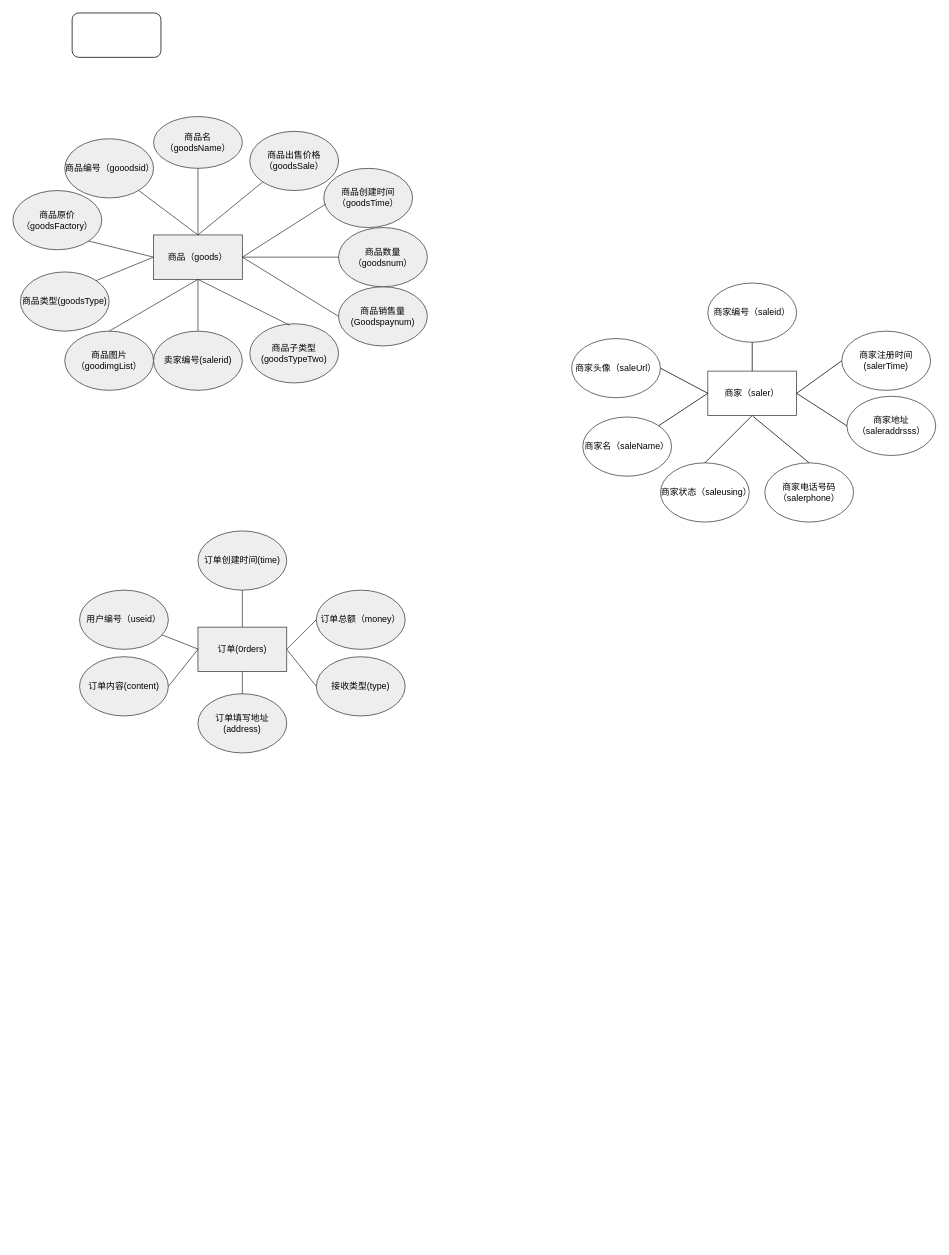
Before: workspace/test.drawio in zyjsun/mystudy, a draw.io diagram. Source tidied: cells renumbered, new cells numbered last; positions are measured from the earlier drawing's top-left corner, leaving out a move shared by most shapes. Both pictures are drawn from the tidied source at 74%, with x=0, y=0 at pixel (13, 13).
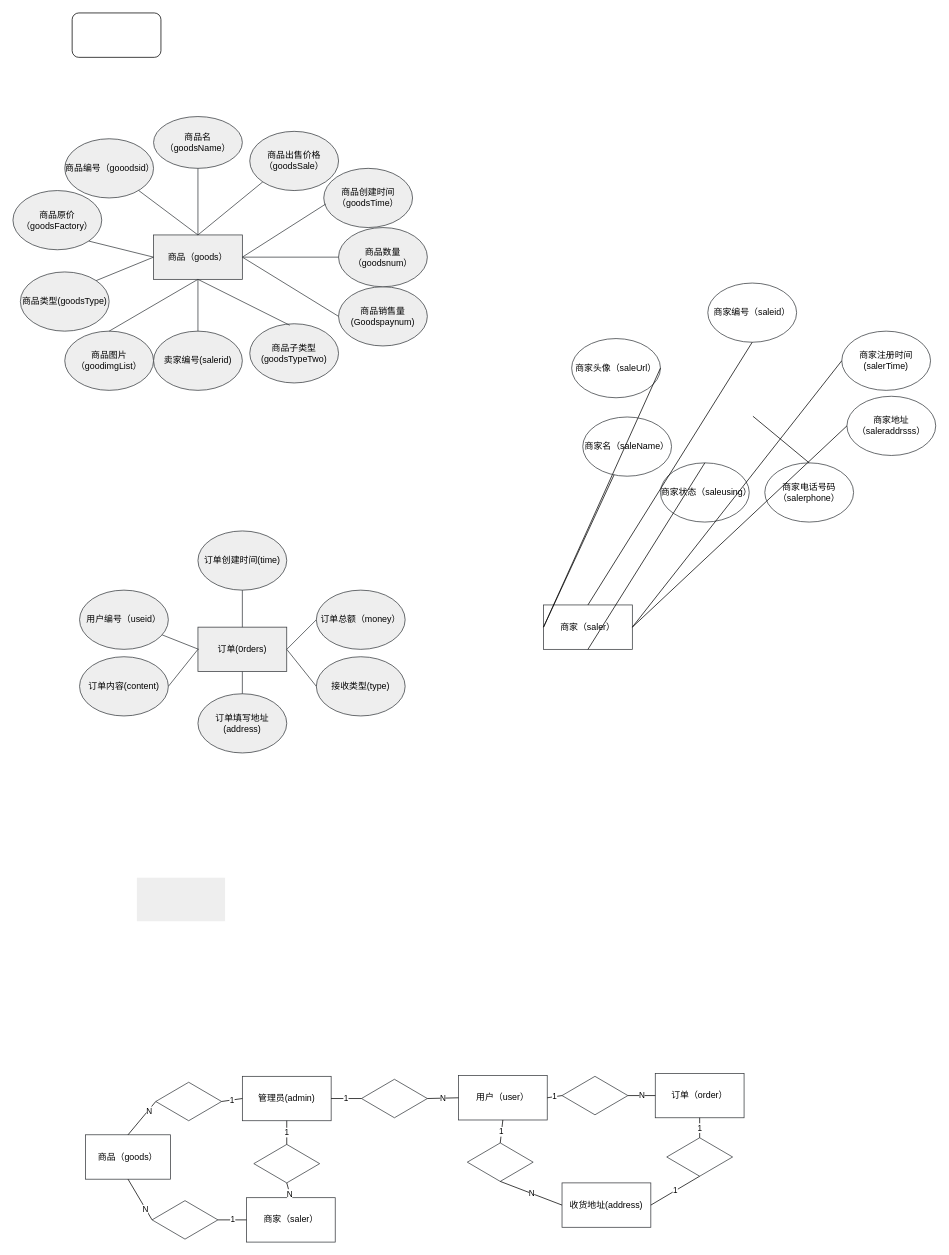
After the change.

Diff of the diagram source:
```diff
@@
     <mxCell id="39" value="商家（saler）" style="rounded=0;whiteSpace=wrap;html=1;shadow=0;strokeColor=#36393d;fontColor=#000000;fillColor=none;" parent="1" vertex="1">
-      <mxGeometry x="939" y="484" width="120" height="60" as="geometry" />
+      <mxGeometry x="717" y="800" width="120" height="60" as="geometry" />
     </mxCell>
@@
+    <mxCell id="54" style="rounded=0;whiteSpace=wrap;html=1;fillColor=#EEEEEE;strokeColor=#FFFFFF;" parent="1" vertex="1">
+      <mxGeometry x="167" y="1168" width="120" height="60" as="geometry" />
+    </mxCell>
+    <mxCell id="55" value="商家（saler）" style="rounded=0;whiteSpace=wrap;html=1;shadow=0;strokeColor=#36393d;fontColor=#000000;fillColor=none;" parent="1" vertex="1">
+      <mxGeometry x="315.5" y="1601" width="120" height="60" as="geometry" />
+    </mxCell>
+    <mxCell id="56" value="订单（order）" style="rounded=0;whiteSpace=wrap;html=1;shadow=0;strokeColor=#36393d;fontColor=#000000;fillColor=none;" parent="1" vertex="1">
+      <mxGeometry x="868" y="1433" width="120" height="60" as="geometry" />
+    </mxCell>
+    <mxCell id="57" value="收货地址(address)" style="rounded=0;whiteSpace=wrap;html=1;shadow=0;strokeColor=#36393d;fontColor=#000000;fillColor=none;" parent="1" vertex="1">
+      <mxGeometry x="742" y="1581" width="120" height="60" as="geometry" />
+    </mxCell>
+    <mxCell id="58" value="用户（user）" style="rounded=0;whiteSpace=wrap;html=1;shadow=0;strokeColor=#36393d;fontColor=#000000;fillColor=none;" parent="1" vertex="1">
+      <mxGeometry x="602" y="1436" width="120" height="60" as="geometry" />
+    </mxCell>
+    <mxCell id="59" value="管理员(admin)" style="rounded=0;whiteSpace=wrap;html=1;shadow=0;strokeColor=#36393d;fontColor=#000000;fillColor=none;" parent="1" vertex="1">
+      <mxGeometry x="310" y="1437" width="120" height="60" as="geometry" />
+    </mxCell>
+    <mxCell id="60" value="商品（goods）" style="rounded=0;whiteSpace=wrap;html=1;shadow=0;strokeColor=#36393d;fontColor=#000000;fillColor=none;" parent="1" vertex="1">
+      <mxGeometry x="98" y="1516" width="115" height="60" as="geometry" />
+    </mxCell>
+    <mxCell id="61" style="rhombus;whiteSpace=wrap;html=1;strokeColor=#36393d;fillColor=#FFFFFF;" parent="1" vertex="1">
+      <mxGeometry x="188" y="1605" width="89" height="52" as="geometry" />
+    </mxCell>
+    <mxCell id="62" value="N" style="endArrow=none;html=1;entryX=0;entryY=0.5;entryDx=0;entryDy=0;exitX=1;exitY=0.5;exitDx=0;exitDy=0;" parent="1" edge="1" source="70" target="56">
+      <mxGeometry relative="1" as="geometry" />
+    </mxCell>
+    <mxCell id="63" value="1" style="endArrow=none;html=1;entryX=1;entryY=0.5;entryDx=0;entryDy=0;exitX=0;exitY=0.5;exitDx=0;exitDy=0;" parent="1" edge="1" source="70" target="58">
+      <mxGeometry relative="1" as="geometry" />
+    </mxCell>
+    <mxCell id="64" value="1" style="endArrow=none;html=1;exitX=0;exitY=0.5;exitDx=0;exitDy=0;entryX=1;entryY=0.5;entryDx=0;entryDy=0;" parent="1" edge="1" source="55" target="61">
+      <mxGeometry relative="1" as="geometry" />
+    </mxCell>
+    <mxCell id="65" style="endArrow=none;html=1;exitX=0.5;exitY=1;exitDx=0;exitDy=0;entryX=0;entryY=0.5;entryDx=0;entryDy=0;" parent="1" edge="1" source="60" target="61">
+      <mxGeometry relative="1" as="geometry" />
+    </mxCell>
+    <mxCell id="66" value="N" style="edgeLabel;html=1;align=center;verticalAlign=middle;" parent="65" vertex="1">
+      <mxGeometry x="0.47" y="-1" relative="1" as="geometry" />
+    </mxCell>
+    <mxCell id="67" style="rhombus;whiteSpace=wrap;html=1;strokeColor=#36393d;fillColor=#FFFFFF;" parent="1" vertex="1">
+      <mxGeometry x="471" y="1441" width="89" height="52" as="geometry" />
+    </mxCell>
+    <mxCell id="68" style="rhombus;whiteSpace=wrap;html=1;strokeColor=#36393d;fillColor=#FFFFFF;" parent="1" vertex="1">
+      <mxGeometry x="614" y="1527" width="89" height="52" as="geometry" />
+    </mxCell>
+    <mxCell id="69" style="rhombus;whiteSpace=wrap;html=1;strokeColor=#36393d;fillColor=#FFFFFF;" parent="1" vertex="1">
+      <mxGeometry x="883.5" y="1520" width="89" height="52" as="geometry" />
+    </mxCell>
+    <mxCell id="70" style="rhombus;whiteSpace=wrap;html=1;strokeColor=#36393d;fillColor=#FFFFFF;" parent="1" vertex="1">
+      <mxGeometry x="742" y="1437" width="89" height="52" as="geometry" />
+    </mxCell>
+    <mxCell id="71" value="1" style="endArrow=none;html=1;entryX=1;entryY=0.5;entryDx=0;entryDy=0;exitX=0.5;exitY=1;exitDx=0;exitDy=0;" parent="1" edge="1" source="69" target="57">
+      <mxGeometry relative="1" as="geometry" />
+    </mxCell>
+    <mxCell id="72" value="1" style="endArrow=none;html=1;entryX=0.5;entryY=0;entryDx=0;entryDy=0;exitX=0.5;exitY=1;exitDx=0;exitDy=0;" parent="1" edge="1" source="56" target="69">
+      <mxGeometry relative="1" as="geometry" />
+    </mxCell>
+    <mxCell id="73" value="N" style="endArrow=none;html=1;entryX=0;entryY=0.5;entryDx=0;entryDy=0;exitX=0.5;exitY=1;exitDx=0;exitDy=0;" parent="1" edge="1" source="68" target="57">
+      <mxGeometry relative="1" as="geometry" />
+    </mxCell>
+    <mxCell id="74" value="1" style="endArrow=none;html=1;entryX=0.5;entryY=0;entryDx=0;entryDy=0;exitX=0.5;exitY=1;exitDx=0;exitDy=0;" parent="1" edge="1" source="58" target="68">
+      <mxGeometry relative="1" as="geometry" />
+    </mxCell>
+    <mxCell id="75" value="1" style="endArrow=none;html=1;entryX=1;entryY=0.5;entryDx=0;entryDy=0;exitX=0;exitY=0.5;exitDx=0;exitDy=0;" parent="1" edge="1" source="67" target="59">
+      <mxGeometry relative="1" as="geometry" />
+    </mxCell>
+    <mxCell id="76" value="N" style="endArrow=none;html=1;entryX=0;entryY=0.5;entryDx=0;entryDy=0;exitX=1;exitY=0.5;exitDx=0;exitDy=0;" parent="1" edge="1" source="67" target="58">
+      <mxGeometry relative="1" as="geometry" />
+    </mxCell>
+    <mxCell id="77" style="rhombus;whiteSpace=wrap;html=1;strokeColor=#36393d;fillColor=#FFFFFF;" parent="1" vertex="1">
+      <mxGeometry x="193" y="1445" width="89" height="52" as="geometry" />
+    </mxCell>
+    <mxCell id="78" style="rhombus;whiteSpace=wrap;html=1;strokeColor=#36393d;fillColor=#FFFFFF;" parent="1" vertex="1">
+      <mxGeometry x="325.5" y="1529" width="89" height="52" as="geometry" />
+    </mxCell>
+    <mxCell id="79" value="1" style="endArrow=none;html=1;exitX=0.5;exitY=0;exitDx=0;exitDy=0;entryX=0.5;entryY=1;entryDx=0;entryDy=0;" parent="1" edge="1" source="78" target="59">
+      <mxGeometry relative="1" as="geometry" />
+    </mxCell>
+    <mxCell id="80" style="endArrow=none;html=1;exitX=0.5;exitY=1;exitDx=0;exitDy=0;entryX=0.5;entryY=0;entryDx=0;entryDy=0;" parent="1" edge="1" source="78" target="55">
+      <mxGeometry relative="1" as="geometry" />
+    </mxCell>
+    <mxCell id="81" value="N" style="edgeLabel;html=1;align=center;verticalAlign=middle;" parent="80" vertex="1">
+      <mxGeometry x="0.47" y="-1" relative="1" as="geometry" />
+    </mxCell>
+    <mxCell id="82" value="1" style="endArrow=none;html=1;exitX=0;exitY=0.5;exitDx=0;exitDy=0;entryX=1;entryY=0.5;entryDx=0;entryDy=0;" parent="1" edge="1" source="59" target="77">
+      <mxGeometry relative="1" as="geometry" />
+    </mxCell>
+    <mxCell id="83" style="endArrow=none;html=1;exitX=0.5;exitY=0;exitDx=0;exitDy=0;entryX=0;entryY=0.5;entryDx=0;entryDy=0;" parent="1" edge="1" source="60" target="77">
+      <mxGeometry relative="1" as="geometry" />
+    </mxCell>
+    <mxCell id="84" value="N" style="edgeLabel;html=1;align=center;verticalAlign=middle;" parent="83" vertex="1">
+      <mxGeometry x="0.47" y="-1" relative="1" as="geometry" />
+    </mxCell>
```
